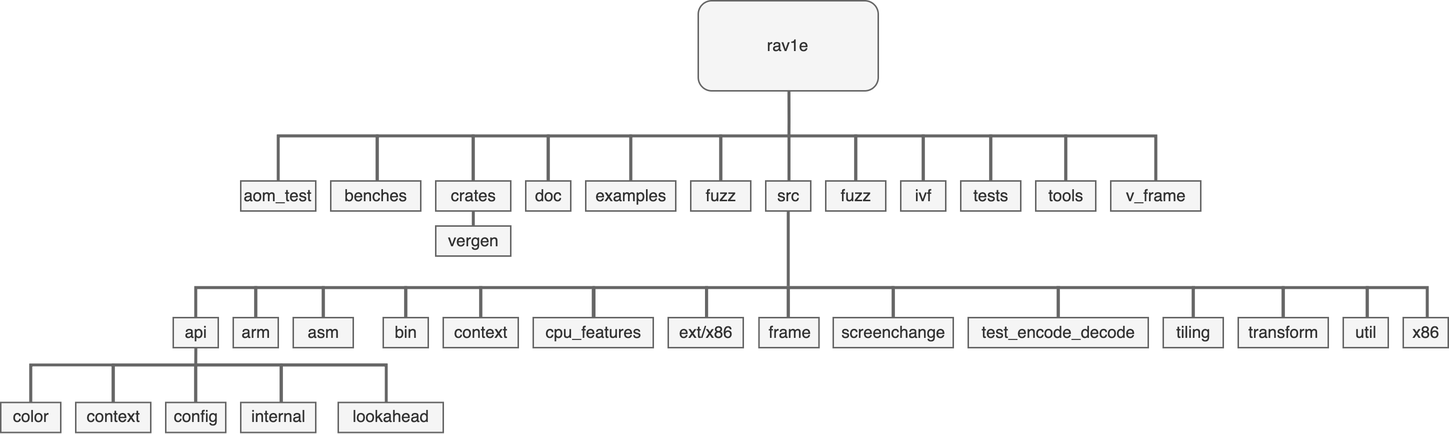
xiph/rav1e keeps this draw.io diagram as doc/structure.png. Above is the earlier version. Source tidied: cells renumbered, new cells last; positions are measured from the earlier drawing's top-left corner, leaving out a move shared by most shapes.
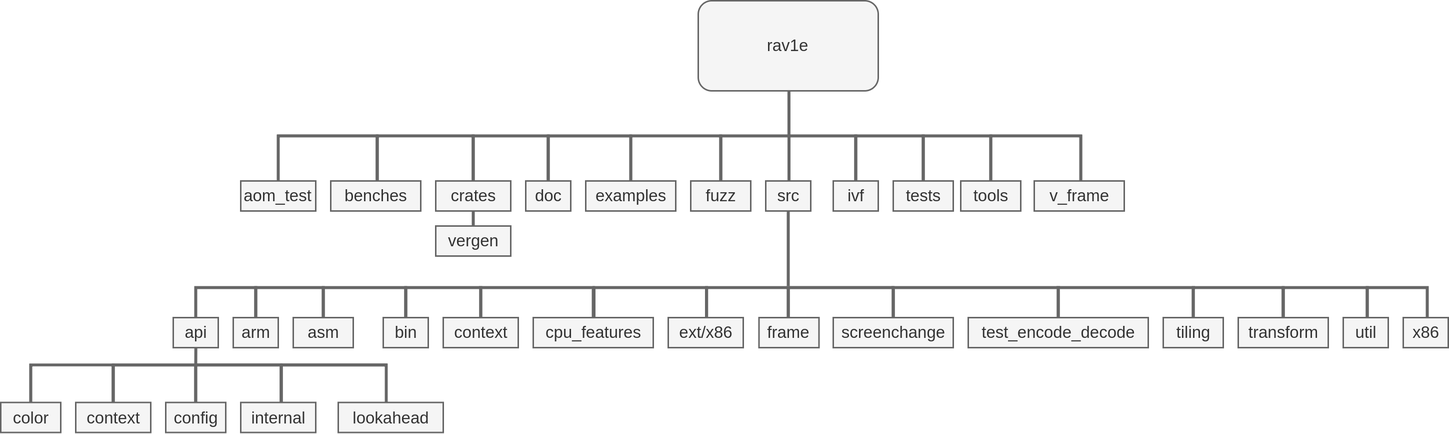
The same diagram one commit later.

Commit message:
Remove duplicated directory from the diagram of the structure doc

Diff of the diagram source:
```diff
@@ -41,26 +41,23 @@
     <mxCell id="11" value="fuzz" style="text;html=1;align=center;verticalAlign=middle;fontSize=11;fillColor=#f5f5f5;strokeColor=#666666;fontColor=#333333;" parent="1" vertex="1">
       <mxGeometry x="460" y="120" width="40" height="20" as="geometry" />
     </mxCell>
-    <mxCell id="12" value="ivf" style="text;html=1;align=center;verticalAlign=middle;fontSize=11;fillColor=#f5f5f5;strokeColor=#666666;fontColor=#333333;" parent="1" vertex="1">
-      <mxGeometry x="600" y="120" width="30" height="20" as="geometry" />
+    <mxCell id="12" value="tests" style="text;html=1;align=center;verticalAlign=middle;fontSize=11;fillColor=#f5f5f5;strokeColor=#666666;fontColor=#333333;" parent="1" vertex="1">
+      <mxGeometry x="595" y="120" width="40" height="20" as="geometry" />
     </mxCell>
-    <mxCell id="13" value="tests" style="text;html=1;align=center;verticalAlign=middle;fontSize=11;fillColor=#f5f5f5;strokeColor=#666666;fontColor=#333333;" parent="1" vertex="1">
+    <mxCell id="13" value="tools" style="text;html=1;align=center;verticalAlign=middle;fontSize=11;fillColor=#f5f5f5;strokeColor=#666666;fontColor=#333333;" parent="1" vertex="1">
       <mxGeometry x="640" y="120" width="40" height="20" as="geometry" />
     </mxCell>
     <mxCell id="14" style="strokeWidth=2;html=1;shape=mxgraph.flowchart.annotation_1;align=left;direction=south;fontSize=11;fillColor=#f5f5f5;strokeColor=#666666;fontColor=#333333;" parent="1" vertex="1">
       <mxGeometry x="315" y="90" width="50" height="30" as="geometry" />
     </mxCell>
-    <mxCell id="15" value="v_frame" style="text;html=1;align=center;verticalAlign=middle;fontSize=11;fillColor=#f5f5f5;strokeColor=#666666;fontColor=#333333;" parent="1" vertex="1">
-      <mxGeometry x="740" y="120" width="60" height="20" as="geometry" />
-    </mxCell>
     <mxCell id="16" style="strokeWidth=2;html=1;shape=mxgraph.flowchart.annotation_1;align=left;direction=south;fontSize=11;fillColor=#f5f5f5;strokeColor=#666666;fontColor=#333333;" parent="1" vertex="1">
       <mxGeometry x="570" y="90" width="45" height="30" as="geometry" />
     </mxCell>
     <mxCell id="17" style="strokeWidth=2;html=1;shape=mxgraph.flowchart.annotation_1;align=left;direction=south;fontSize=11;fillColor=#f5f5f5;strokeColor=#666666;fontColor=#333333;" parent="1" vertex="1">
       <mxGeometry x="420" y="90" width="60" height="30" as="geometry" />
     </mxCell>
-    <mxCell id="18" value="fuzz" style="text;html=1;align=center;verticalAlign=middle;fontSize=11;fillColor=#f5f5f5;strokeColor=#666666;fontColor=#333333;" parent="1" vertex="1">
-      <mxGeometry x="550" y="120" width="40" height="20" as="geometry" />
+    <mxCell id="18" value="ivf" style="text;html=1;align=center;verticalAlign=middle;fontSize=11;fillColor=#f5f5f5;strokeColor=#666666;fontColor=#333333;" parent="1" vertex="1">
+      <mxGeometry x="555" y="120" width="30" height="20" as="geometry" />
     </mxCell>
     <mxCell id="19" style="strokeWidth=2;html=1;shape=mxgraph.flowchart.annotation_1;align=left;direction=south;fontSize=11;fillColor=#f5f5f5;strokeColor=#666666;fontColor=#333333;" parent="1" vertex="1">
       <mxGeometry x="480" y="90" width="45.5" height="30" as="geometry" />
@@ -86,17 +83,14 @@
     <mxCell id="25" style="strokeWidth=2;html=1;shape=mxgraph.flowchart.annotation_1;align=left;direction=south;fontSize=11;fillColor=#f5f5f5;strokeColor=#666666;fontColor=#333333;" parent="1" vertex="1">
       <mxGeometry x="615" y="90" width="45" height="30" as="geometry" />
     </mxCell>
-    <mxCell id="26" value="&lt;font style=&quot;font-size: 11px;&quot;&gt;tools&lt;/font&gt;" style="text;html=1;align=center;verticalAlign=middle;fontSize=11;fillColor=#f5f5f5;strokeColor=#666666;fontColor=#333333;" parent="1" vertex="1">
-      <mxGeometry x="690" y="120" width="40" height="20" as="geometry" />
+    <mxCell id="26" value="v_frame" style="text;html=1;align=center;verticalAlign=middle;fontSize=11;fillColor=#f5f5f5;strokeColor=#666666;fontColor=#333333;" parent="1" vertex="1">
+      <mxGeometry x="689" y="120" width="60" height="20" as="geometry" />
     </mxCell>
     <mxCell id="27" style="strokeWidth=2;html=1;shape=mxgraph.flowchart.annotation_1;align=left;direction=south;fontSize=11;fillColor=#f5f5f5;strokeColor=#666666;fontColor=#333333;" parent="1" vertex="1">
       <mxGeometry x="525.5" y="90" width="44.5" height="30" as="geometry" />
     </mxCell>
-    <mxCell id="28" style="strokeWidth=2;html=1;shape=mxgraph.flowchart.annotation_1;align=left;direction=south;fontSize=11;fillColor=#f5f5f5;strokeColor=#666666;fontColor=#333333;" parent="1" vertex="1">
-      <mxGeometry x="660" y="90" width="50" height="30" as="geometry" />
-    </mxCell>
     <mxCell id="29" style="strokeWidth=2;html=1;shape=mxgraph.flowchart.annotation_1;align=left;direction=south;fontSize=11;fillColor=#f5f5f5;strokeColor=#666666;fontColor=#333333;" parent="1" vertex="1">
-      <mxGeometry x="710" y="90" width="60" height="30" as="geometry" />
+      <mxGeometry x="660" y="90" width="60" height="30" as="geometry" />
     </mxCell>
     <mxCell id="30" value="&lt;font style=&quot;font-size: 11px;&quot;&gt;asm&lt;/font&gt;" style="text;html=1;align=center;verticalAlign=middle;fontSize=11;fillColor=#f5f5f5;strokeColor=#666666;fontColor=#333333;" parent="1" vertex="1">
       <mxGeometry x="655" y="211" width="40" height="20" as="geometry" />
```
